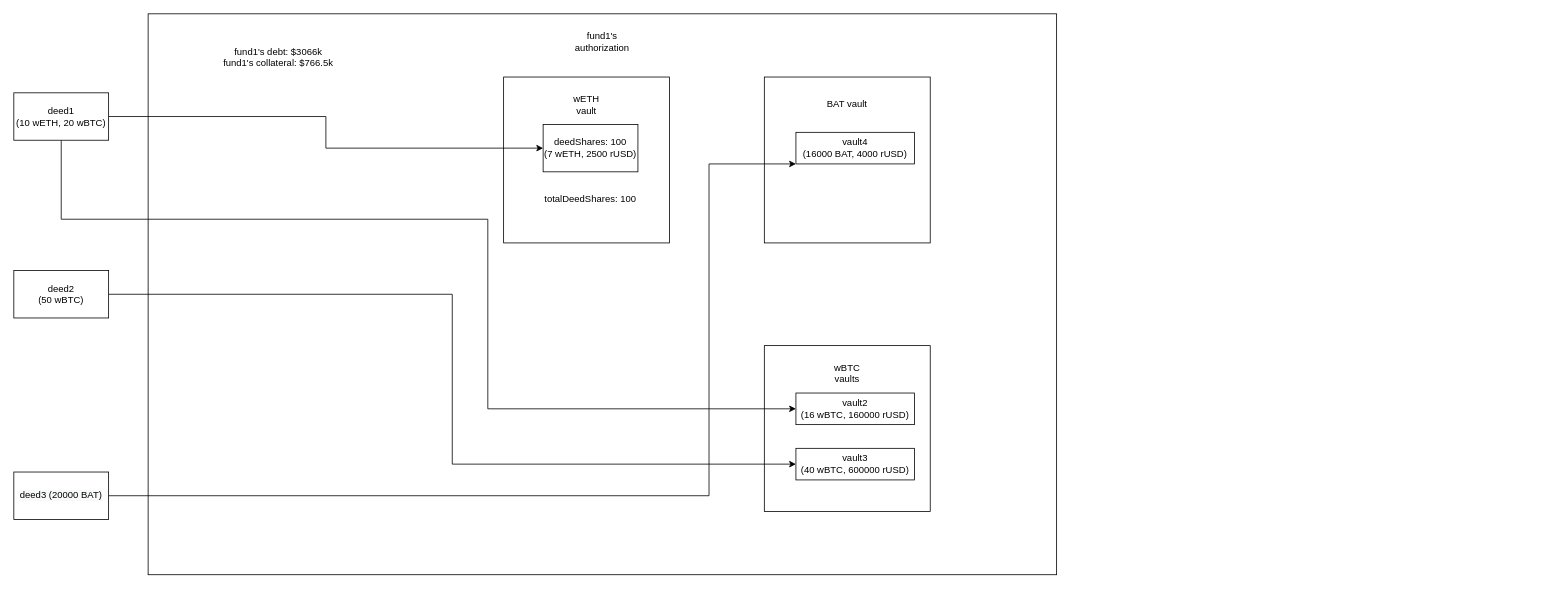
This is page "liquidation" (5 of 5) of maps/account-fund-vSIP.drawio from exp7l/resilience, a draw.io file, before an edit. Source tidied: cells renumbered, new cells numbered last; positions are measured from the earlier drawing's top-left corner, leaving out a move shared by most shapes. Both pictures are drawn from the tidied source at 79%, with x=0, y=0 at pixel (13, 13).
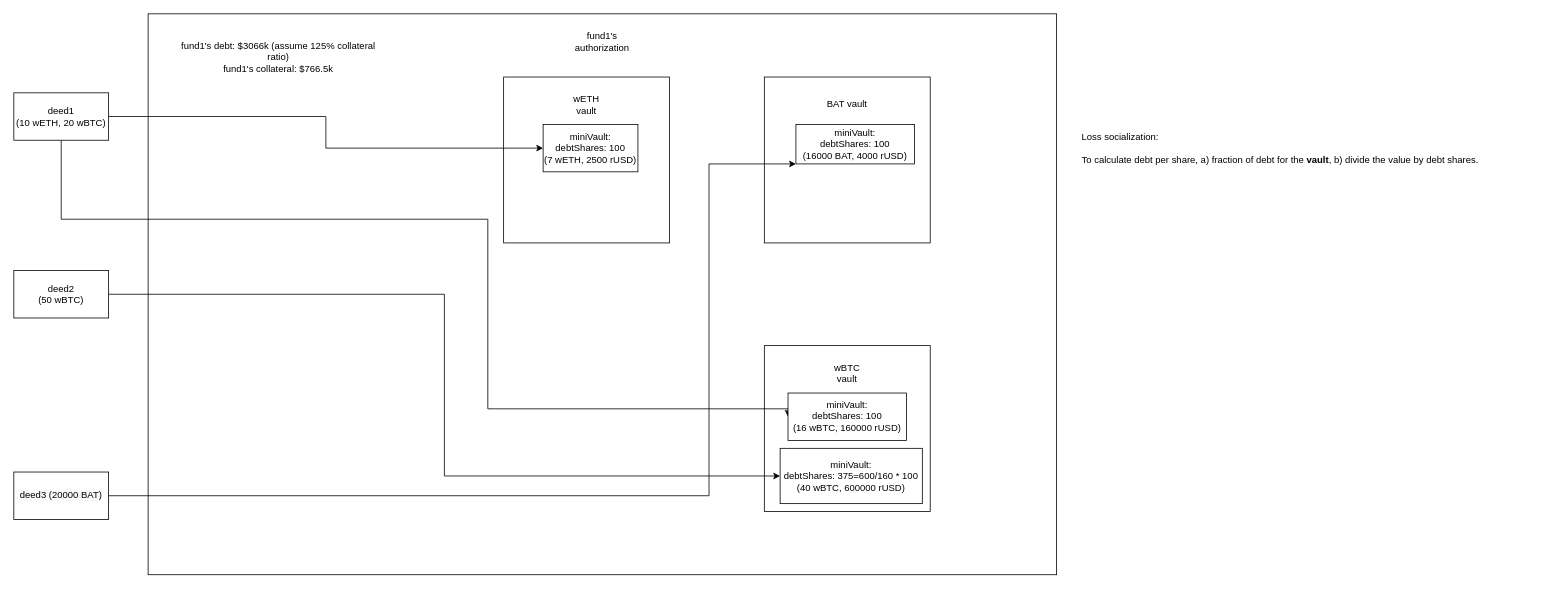
After the change.

Diff of the diagram source:
```diff
@@
-    <mxCell id="9" value="wBTC vaults" style="text;html=1;strokeColor=none;fillColor=none;align=center;verticalAlign=middle;whiteSpace=wrap;rounded=0;" parent="1" vertex="1">
+    <mxCell id="9" value="wBTC vault" style="text;html=1;strokeColor=none;fillColor=none;align=center;verticalAlign=middle;whiteSpace=wrap;rounded=0;" parent="1" vertex="1">
       <mxGeometry x="1025" y="440" width="60" height="30" as="geometry" />
     </mxCell>
@@
-    <mxCell id="17" value="deedShares: 100&lt;br&gt;(7 wETH, 2500 rUSD)" style="rounded=0;whiteSpace=wrap;html=1;" parent="1" vertex="1">
+    <mxCell id="17" value="miniVault:&lt;br&gt;debtShares: 100&lt;br&gt;(7 wETH, 2500 rUSD)" style="rounded=0;whiteSpace=wrap;html=1;" parent="1" vertex="1">
       <mxGeometry x="670" y="140" width="120" height="60" as="geometry" />
     </mxCell>
-    <mxCell id="18" value="vault2&lt;br&gt;(16 wBTC, 160000 rUSD)" style="rounded=0;whiteSpace=wrap;html=1;" parent="1" vertex="1">
-      <mxGeometry x="990" y="480" width="150" height="40" as="geometry" />
+    <mxCell id="18" value="miniVault:&lt;br&gt;debtShares: 100&lt;br&gt;(16 wBTC, 160000 rUSD)" style="rounded=0;whiteSpace=wrap;html=1;" parent="1" vertex="1">
+      <mxGeometry x="980" y="480" width="150" height="60" as="geometry" />
     </mxCell>
-    <mxCell id="19" value="vault3&lt;br&gt;(40 wBTC, 600000 rUSD)" style="rounded=0;whiteSpace=wrap;html=1;" parent="1" vertex="1">
-      <mxGeometry x="990" y="550" width="150" height="40" as="geometry" />
+    <mxCell id="19" value="miniVault:&lt;br&gt;debtShares: 375=600/160 * 100&lt;br&gt;(40 wBTC, 600000 rUSD)" style="rounded=0;whiteSpace=wrap;html=1;" parent="1" vertex="1">
+      <mxGeometry x="970" y="550" width="180" height="70" as="geometry" />
     </mxCell>
-    <mxCell id="20" value="vault4&lt;br&gt;(16000 BAT, 4000 rUSD)" style="rounded=0;whiteSpace=wrap;html=1;" parent="1" vertex="1">
-      <mxGeometry x="990" y="150" width="150" height="40" as="geometry" />
+    <mxCell id="20" value="miniVault:&lt;br&gt;debtShares: 100&lt;br&gt;(16000 BAT, 4000 rUSD)" style="rounded=0;whiteSpace=wrap;html=1;" parent="1" vertex="1">
+      <mxGeometry x="990" y="140" width="150" height="50" as="geometry" />
     </mxCell>
-    <mxCell id="21" value="fund1's debt: $3066k&lt;br&gt;fund1's collateral: $766.5k" style="text;html=1;strokeColor=none;fillColor=none;align=center;verticalAlign=middle;whiteSpace=wrap;rounded=0;" parent="1" vertex="1">
+    <mxCell id="21" value="fund1's debt: $3066k (assume 125% collateral ratio)&lt;br&gt;fund1's collateral: $766.5k" style="text;html=1;strokeColor=none;fillColor=none;align=center;verticalAlign=middle;whiteSpace=wrap;rounded=0;" parent="1" vertex="1">
       <mxGeometry x="210" y="40" width="250" height="30" as="geometry" />
     </mxCell>
-    <mxCell id="22" value="totalDeedShares: 100" style="text;html=1;strokeColor=none;fillColor=none;align=center;verticalAlign=middle;whiteSpace=wrap;rounded=0;" parent="1" vertex="1">
-      <mxGeometry x="666.2" y="220" width="127.5" height="30" as="geometry" />
-    </mxCell>
+    <mxCell id="23" value="Loss socialization:&lt;br&gt;&lt;br&gt;To calculate debt per share, a) fraction of debt for the &lt;b&gt;vault&lt;/b&gt;, b) divide the value by debt shares." style="text;html=1;strokeColor=none;fillColor=none;align=left;verticalAlign=middle;whiteSpace=wrap;rounded=0;" parent="1" vertex="1">
+      <mxGeometry x="1350" y="70" width="590" height="200" as="geometry" />
+    </mxCell>
```
